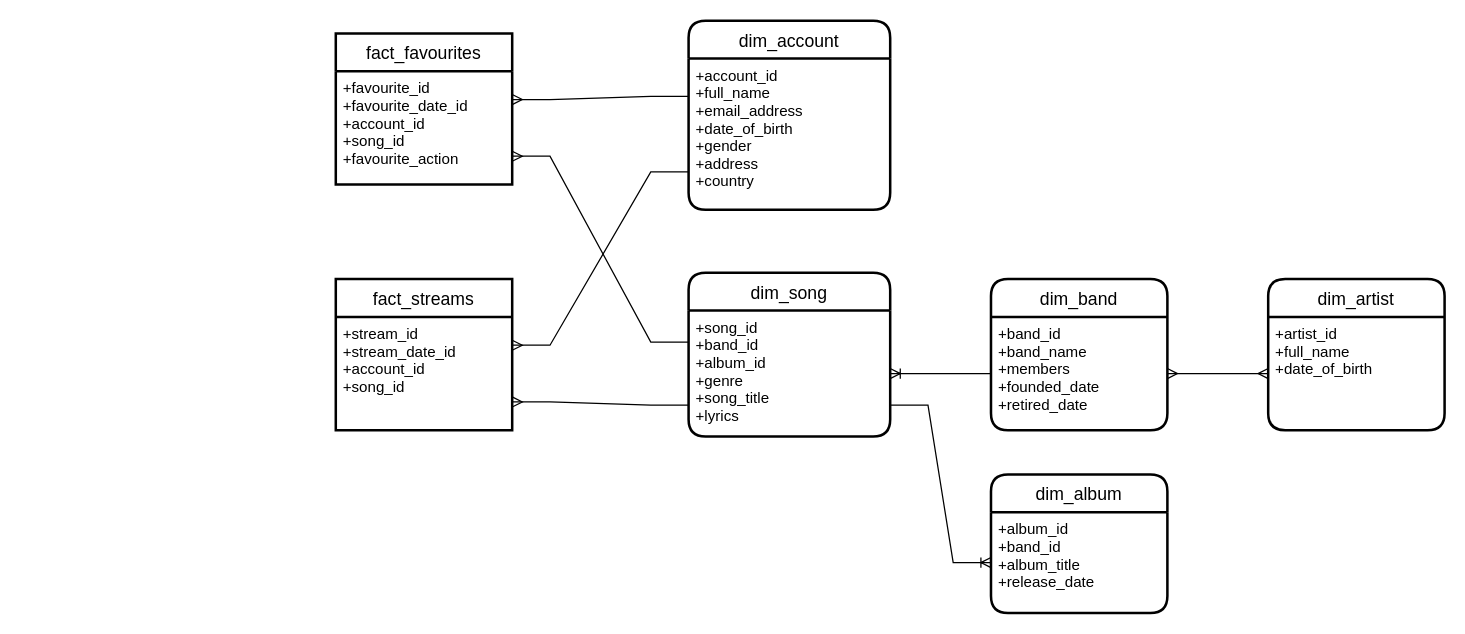
The draw.io diagram star_schema/star_schema.drawio in autrefois/bi_resources, before the edit. Source tidied: cells renumbered, new cells numbered last; positions are measured from the earlier drawing's top-left corner, leaving out a move shared by most shapes. Both pictures are drawn from the tidied source at 126%, with x=0, y=0 at pixel (335, 20).
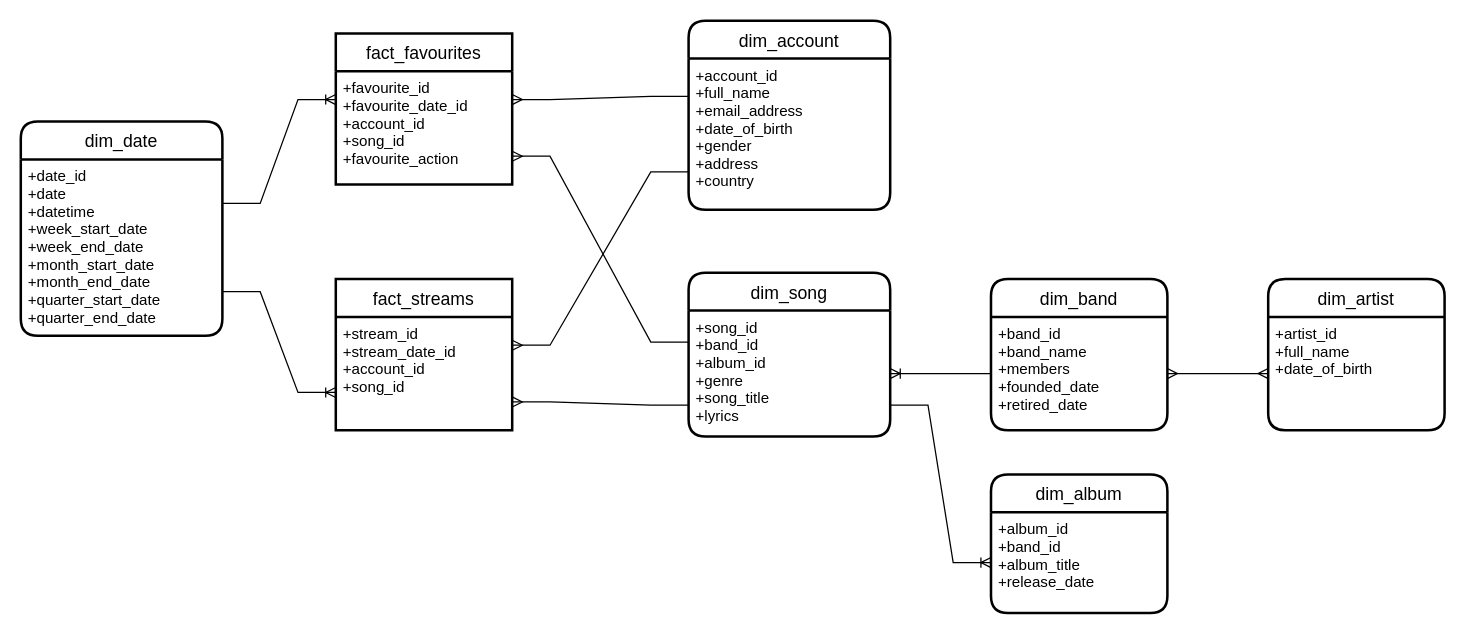
The same page after the edit.

Commit message (it also covers changes not shown here):
modified diagram to include dim_date

Unchanged cells that the change refers to:
```xml
<mxCell id="16" value="+favourite_id&#10;+favourite_date_id&#10;+account_id&#10;+song_id&#10;+favourite_action&#10;" style="align=left;strokeColor=none;fillColor=none;spacingLeft=4;fontSize=12;verticalAlign=top;" parent="15" vertex="1">
  <mxGeometry y="30" width="140" height="90" as="geometry" />
</mxCell>
<mxCell id="17" value="fact_streams" style="swimlane;horizontal=1;startSize=30;rounded=1;fontSize=14;fontStyle=0;strokeWidth=2;shadow=0;dashed=0;align=center;arcSize=0;" parent="1" vertex="1">
  <mxGeometry y="205" width="140" height="120" as="geometry" />
</mxCell>
```

What changed in the source:
```diff
@@
+    <mxCell id="23" value="dim_date" style="swimlane;horizontal=1;startSize=30;rounded=1;fontSize=14;fontStyle=0;strokeWidth=2;shadow=0;dashed=0;align=center;" parent="1" vertex="1">
+      <mxGeometry x="-250" y="80" width="160" height="170" as="geometry" />
+    </mxCell>
+    <mxCell id="24" value="+date_id&#10;+date&#10;+datetime&#10;+week_start_date&#10;+week_end_date&#10;+month_start_date&#10;+month_end_date&#10;+quarter_start_date&#10;+quarter_end_date&#10;" style="align=left;strokeColor=none;fillColor=none;spacingLeft=4;fontSize=12;verticalAlign=top;" parent="23" vertex="1">
+      <mxGeometry y="30" width="160" height="140" as="geometry" />
+    </mxCell>
+    <mxCell id="25" style="edgeStyle=entityRelationEdgeStyle;fontSize=12;html=1;endArrow=ERoneToMany;rounded=0;exitX=1;exitY=0.25;exitDx=0;exitDy=0;entryX=0;entryY=0.25;entryDx=0;entryDy=0;" parent="1" edge="1" source="24" target="16">
+      <mxGeometry relative="1" as="geometry" />
+    </mxCell>
+    <mxCell id="26" style="edgeStyle=entityRelationEdgeStyle;fontSize=12;html=1;endArrow=ERoneToMany;rounded=0;exitX=1;exitY=0.75;exitDx=0;exitDy=0;entryX=0;entryY=0.75;entryDx=0;entryDy=0;" parent="1" edge="1" source="24" target="17">
+      <mxGeometry relative="1" as="geometry" />
+    </mxCell>
```
